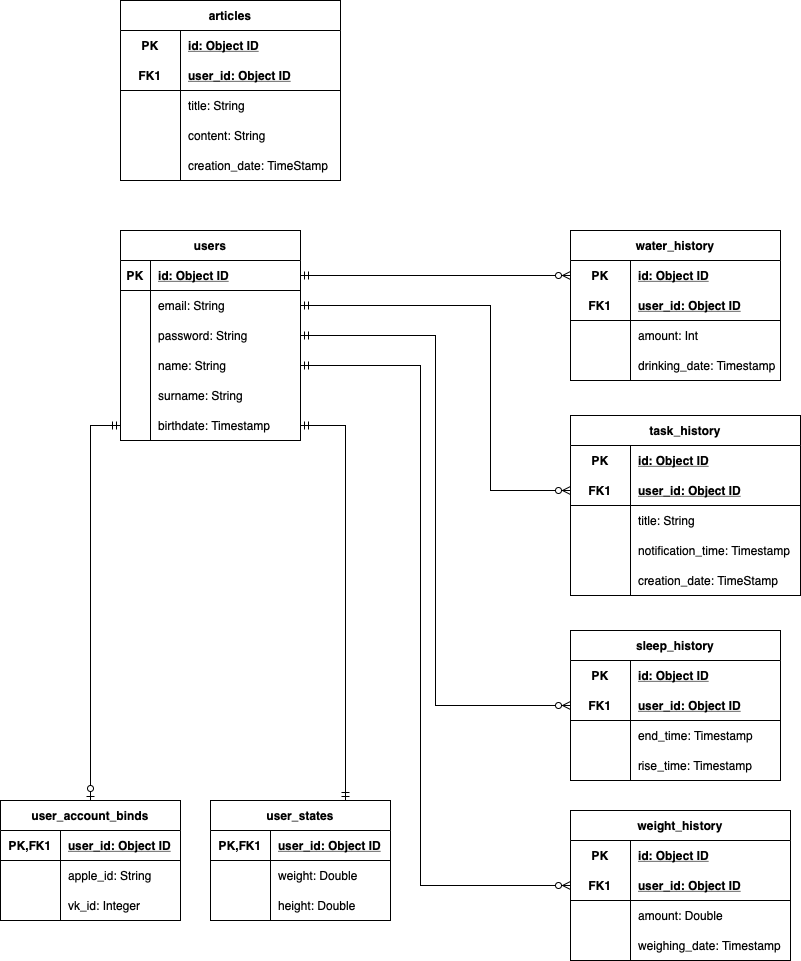
Earlier version of the draw.io export docs/ER Diagram.png (mkhotsevich/ami-PD). Source tidied: cells renumbered, new cells last; positions are measured from the earlier drawing's top-left corner, leaving out a move shared by most shapes.
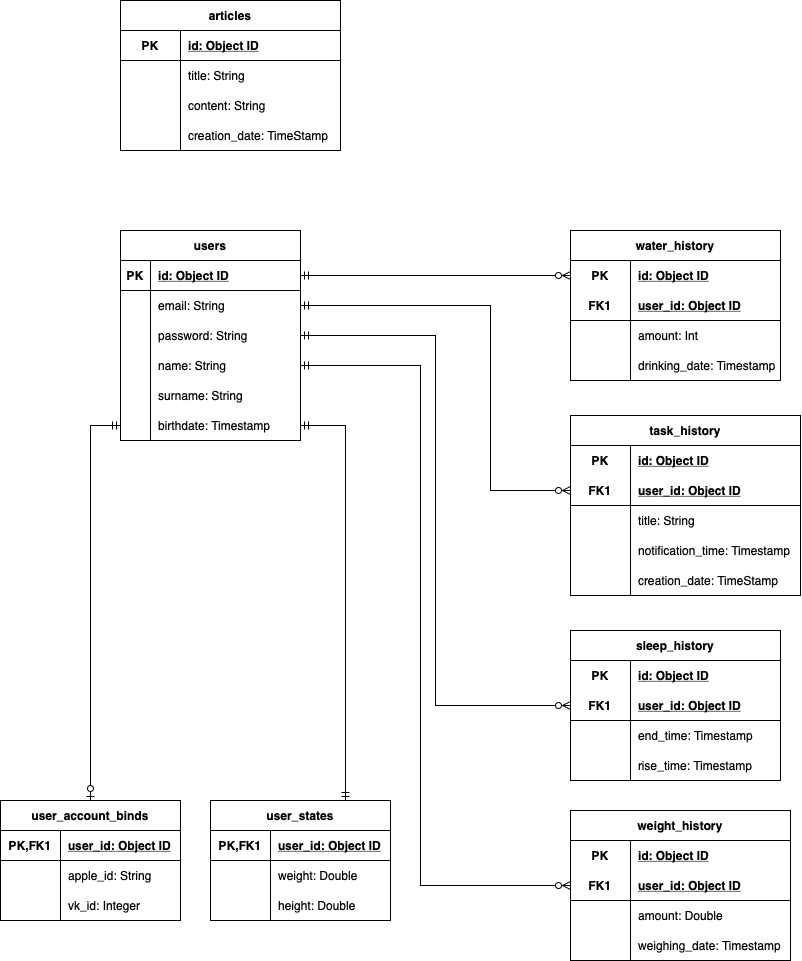
Above is the later version.

Commit message:
Исправлен косяка в таблице статей

The edit, as a diff of the source:
```diff
@@ -312,28 +312,19 @@
       <mxGeometry x="30" width="150" height="30" as="geometry" />
     </mxCell>
     <mxCell id="102" value="articles" style="shape=table;startSize=30;rowLines=0;fontStyle=1;align=center;" parent="1" vertex="1">
-      <mxGeometry x="120" width="220" height="180" as="geometry" />
+      <mxGeometry x="120" width="220" height="150" as="geometry" />
     </mxCell>
-    <mxCell id="103" style="shape=partialRectangle;fillColor=none;top=0;left=0;bottom=0;right=0;" parent="102" vertex="1">
-      <mxGeometry y="30" width="220" height="30" as="geometry" />
-    </mxCell>
-    <mxCell id="104" value="PK" style="shape=partialRectangle;fillColor=none;top=0;left=0;bottom=0;right=0;fontStyle=1;overflow=hidden;" parent="103" vertex="1">
-      <mxGeometry width="60" height="30" as="geometry" />
-    </mxCell>
-    <mxCell id="105" value="id: Object ID" style="shape=partialRectangle;fillColor=none;top=0;left=0;bottom=0;right=0;align=left;spacingLeft=6;fontStyle=5;overflow=hidden;" parent="103" vertex="1">
-      <mxGeometry x="60" width="160" height="30" as="geometry" />
-    </mxCell>
     <mxCell id="106" style="shape=partialRectangle;fillColor=none;top=0;left=0;bottom=1;right=0;" parent="102" vertex="1">
-      <mxGeometry y="60" width="220" height="30" as="geometry" />
+      <mxGeometry y="30" width="220" height="30" as="geometry" />
     </mxCell>
-    <mxCell id="107" value="FK1" style="shape=partialRectangle;fillColor=none;top=0;left=0;bottom=0;right=0;fontStyle=1;overflow=hidden;" parent="106" vertex="1">
+    <mxCell id="107" value="PK" style="shape=partialRectangle;fillColor=none;top=0;left=0;bottom=0;right=0;fontStyle=1;overflow=hidden;" parent="106" vertex="1">
       <mxGeometry width="60" height="30" as="geometry" />
     </mxCell>
-    <mxCell id="108" value="user_id: Object ID" style="shape=partialRectangle;fillColor=none;top=0;left=0;bottom=0;right=0;align=left;spacingLeft=6;fontStyle=5;overflow=hidden;" parent="106" vertex="1">
+    <mxCell id="108" value="id: Object ID" style="shape=partialRectangle;fillColor=none;top=0;left=0;bottom=0;right=0;align=left;spacingLeft=6;fontStyle=5;overflow=hidden;" parent="106" vertex="1">
       <mxGeometry x="60" width="160" height="30" as="geometry" />
     </mxCell>
     <mxCell id="109" style="shape=partialRectangle;fillColor=none;top=0;left=0;bottom=0;right=0;" parent="102" vertex="1">
-      <mxGeometry y="90" width="220" height="30" as="geometry" />
+      <mxGeometry y="60" width="220" height="30" as="geometry" />
     </mxCell>
     <mxCell id="110" style="shape=partialRectangle;fillColor=none;top=0;left=0;bottom=0;right=0;overflow=hidden;" parent="109" vertex="1">
       <mxGeometry width="60" height="30" as="geometry" />
@@ -342,7 +333,7 @@
       <mxGeometry x="60" width="160" height="30" as="geometry" />
     </mxCell>
     <mxCell id="112" style="shape=partialRectangle;fillColor=none;top=0;left=0;bottom=0;right=0;" parent="102" vertex="1">
-      <mxGeometry y="120" width="220" height="30" as="geometry" />
+      <mxGeometry y="90" width="220" height="30" as="geometry" />
     </mxCell>
     <mxCell id="113" style="shape=partialRectangle;fillColor=none;top=0;left=0;bottom=0;right=0;overflow=hidden;" parent="112" vertex="1">
       <mxGeometry width="60" height="30" as="geometry" />
@@ -351,7 +342,7 @@
       <mxGeometry x="60" width="160" height="30" as="geometry" />
     </mxCell>
     <mxCell id="115" style="shape=partialRectangle;fillColor=none;top=0;left=0;bottom=0;right=0;" parent="102" vertex="1">
-      <mxGeometry y="150" width="220" height="30" as="geometry" />
+      <mxGeometry y="120" width="220" height="30" as="geometry" />
     </mxCell>
     <mxCell id="116" style="shape=partialRectangle;fillColor=none;top=0;left=0;bottom=0;right=0;overflow=hidden;" parent="115" vertex="1">
       <mxGeometry width="60" height="30" as="geometry" />
```
